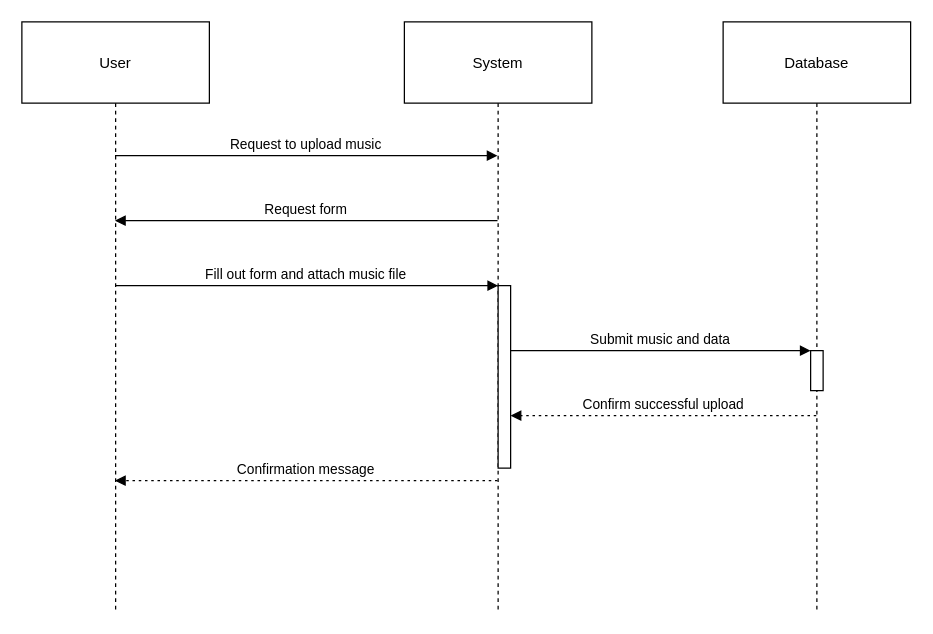
The draw.io diagram charts/uploadMusic.drawio in Hearlex/smart-playlist, before the edit. Source tidied: cells renumbered, new cells numbered last; positions are measured from the earlier drawing's top-left corner, leaving out a move shared by most shapes. Both pictures are drawn from the tidied source at 125%, with x=0, y=0 at pixel (21, 21).
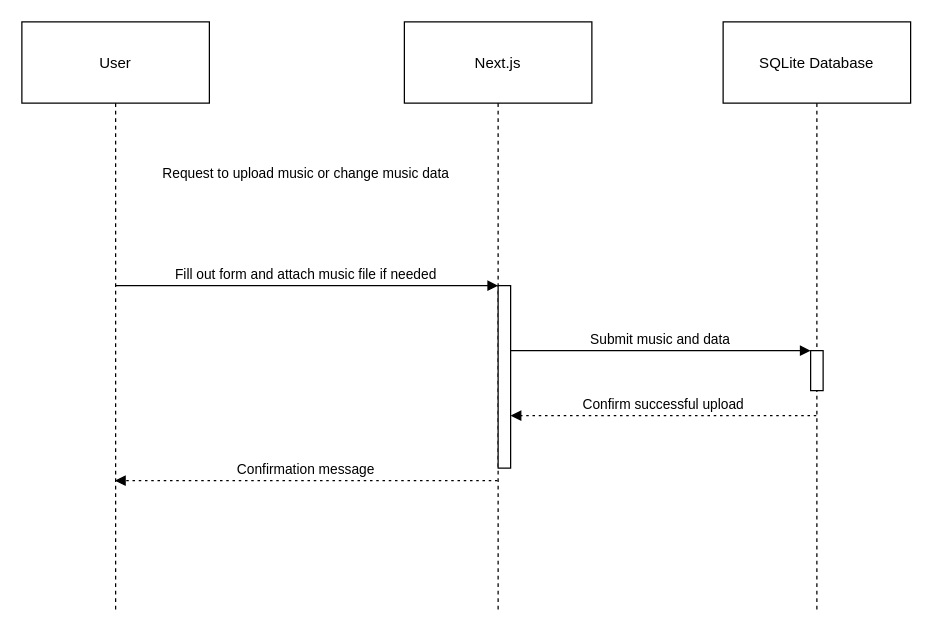
The same page after the edit.

Unchanged cells that the change refers to:
```xml
<mxCell id="2" value="User" style="shape=umlLifeline;perimeter=lifelinePerimeter;whiteSpace=wrap;outlineConnect=0;portConstraint=eastwest;newEdgeStyle={&quot;edgeStyle&quot;:&quot;elbowEdgeStyle&quot;,&quot;elbow&quot;:&quot;vertical&quot;,&quot;curved&quot;:0,&quot;rounded&quot;:0};size=65;" parent="1" vertex="1">
  <mxGeometry width="150" height="472" as="geometry" />
</mxCell>
<mxCell id="4" style="points=[];perimeter=orthogonalPerimeter;outlineConnect=0;targetShapes=umlLifeline;portConstraint=eastwest;newEdgeStyle={&quot;edgeStyle&quot;:&quot;elbowEdgeStyle&quot;,&quot;elbow&quot;:&quot;vertical&quot;,&quot;curved&quot;:0,&quot;rounded&quot;:0};" parent="3" vertex="1">
  <mxGeometry x="75" y="211" width="10" height="146" as="geometry" />
</mxCell>
```

What changed in the source:
```diff
@@
-    <mxCell id="3" value="System" style="shape=umlLifeline;perimeter=lifelinePerimeter;whiteSpace=wrap;outlineConnect=0;portConstraint=eastwest;newEdgeStyle={&quot;edgeStyle&quot;:&quot;elbowEdgeStyle&quot;,&quot;elbow&quot;:&quot;vertical&quot;,&quot;curved&quot;:0,&quot;rounded&quot;:0};size=65;" parent="1" vertex="1">
+    <mxCell id="3" value="Next.js" style="shape=umlLifeline;perimeter=lifelinePerimeter;whiteSpace=wrap;outlineConnect=0;portConstraint=eastwest;newEdgeStyle={&quot;edgeStyle&quot;:&quot;elbowEdgeStyle&quot;,&quot;elbow&quot;:&quot;vertical&quot;,&quot;curved&quot;:0,&quot;rounded&quot;:0};size=65;" parent="1" vertex="1">
       <mxGeometry x="306" width="150" height="472" as="geometry" />
     </mxCell>
@@
-    <mxCell id="5" value="Database" style="shape=umlLifeline;perimeter=lifelinePerimeter;whiteSpace=wrap;outlineConnect=0;portConstraint=eastwest;newEdgeStyle={&quot;edgeStyle&quot;:&quot;elbowEdgeStyle&quot;,&quot;elbow&quot;:&quot;vertical&quot;,&quot;curved&quot;:0,&quot;rounded&quot;:0};size=65;" parent="1" vertex="1">
+    <mxCell id="5" value="SQLite Database" style="shape=umlLifeline;perimeter=lifelinePerimeter;whiteSpace=wrap;outlineConnect=0;portConstraint=eastwest;newEdgeStyle={&quot;edgeStyle&quot;:&quot;elbowEdgeStyle&quot;,&quot;elbow&quot;:&quot;vertical&quot;,&quot;curved&quot;:0,&quot;rounded&quot;:0};size=65;" parent="1" vertex="1">
       <mxGeometry x="561" width="150" height="472" as="geometry" />
     </mxCell>
@@
-    <mxCell id="7" value="Request to upload music" style="verticalAlign=bottom;endArrow=block;edgeStyle=elbowEdgeStyle;elbow=vertical;curved=0;rounded=0;" parent="1" edge="1" source="2" target="3">
+    <mxCell id="7" value="Request to upload music or change music data" style="verticalAlign=bottom;endArrow=block;edgeStyle=elbowEdgeStyle;elbow=vertical;curved=0;rounded=0;strokeColor=none;" parent="1" edge="1" source="2" target="3">
       <mxGeometry relative="1" as="geometry">
         <Array as="points">
+          <mxPoint x="230" y="130" />
           <mxPoint x="238" y="107" />
         </Array>
       </mxGeometry>
     </mxCell>
-    <mxCell id="8" value="Request form" style="verticalAlign=bottom;endArrow=block;edgeStyle=elbowEdgeStyle;elbow=vertical;curved=0;rounded=0;" parent="1" edge="1" source="3" target="2">
-      <mxGeometry relative="1" as="geometry">
-        <Array as="points">
-          <mxPoint x="236" y="159" />
-        </Array>
-      </mxGeometry>
-    </mxCell>
-    <mxCell id="9" value="Fill out form and attach music file" style="verticalAlign=bottom;endArrow=block;edgeStyle=elbowEdgeStyle;elbow=vertical;curved=0;rounded=0;" parent="1" edge="1" source="2" target="4">
+    <mxCell id="9" value="Fill out form and attach music file if needed" style="verticalAlign=bottom;endArrow=block;edgeStyle=elbowEdgeStyle;elbow=vertical;curved=0;rounded=0;" parent="1" edge="1" source="2" target="4">
       <mxGeometry relative="1" as="geometry">
         <Array as="points">
           <mxPoint x="238" y="211" />
         </Array>
       </mxGeometry>
     </mxCell>
```
